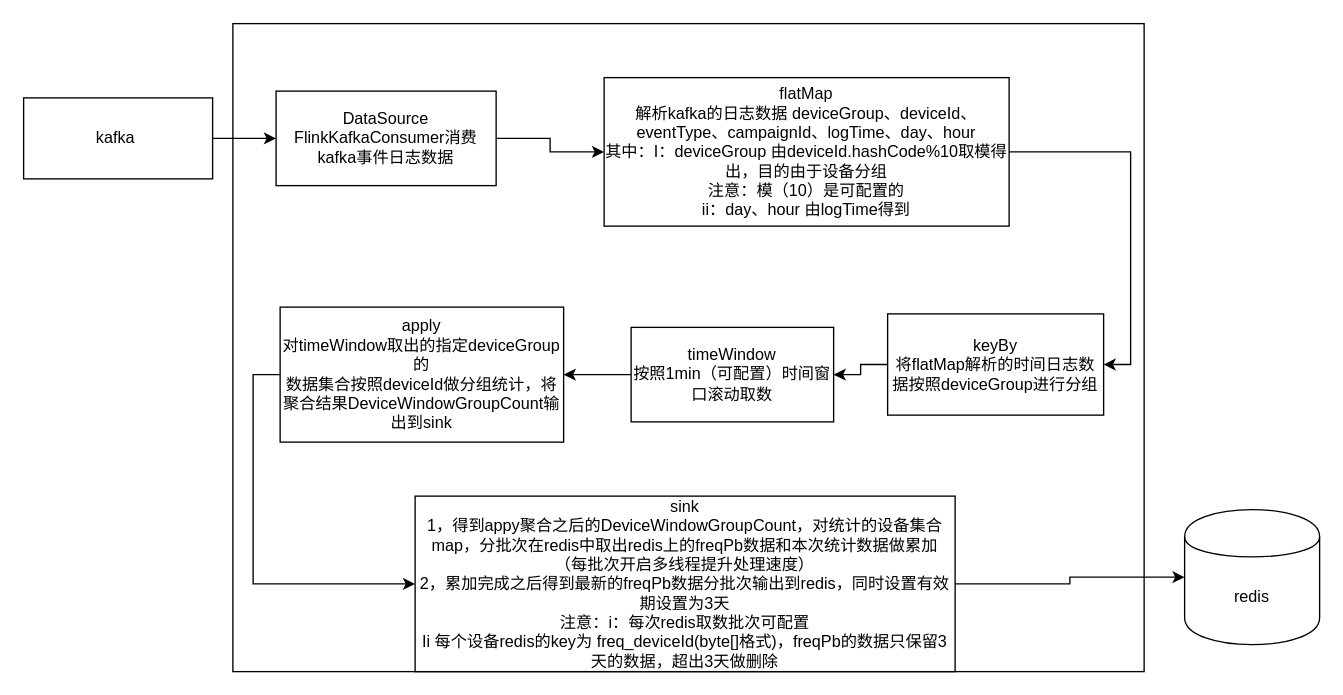
Earlier version of the draw.io diagram 频次服务流程设计.drawio (cp0802/xueqqiu). Source tidied: cells renumbered, new cells numbered last; positions are measured from the earlier drawing's top-left corner, leaving out a move shared by most shapes. Both pictures are drawn from the tidied source at 135%, with x=0, y=0 at pixel (23, 23).
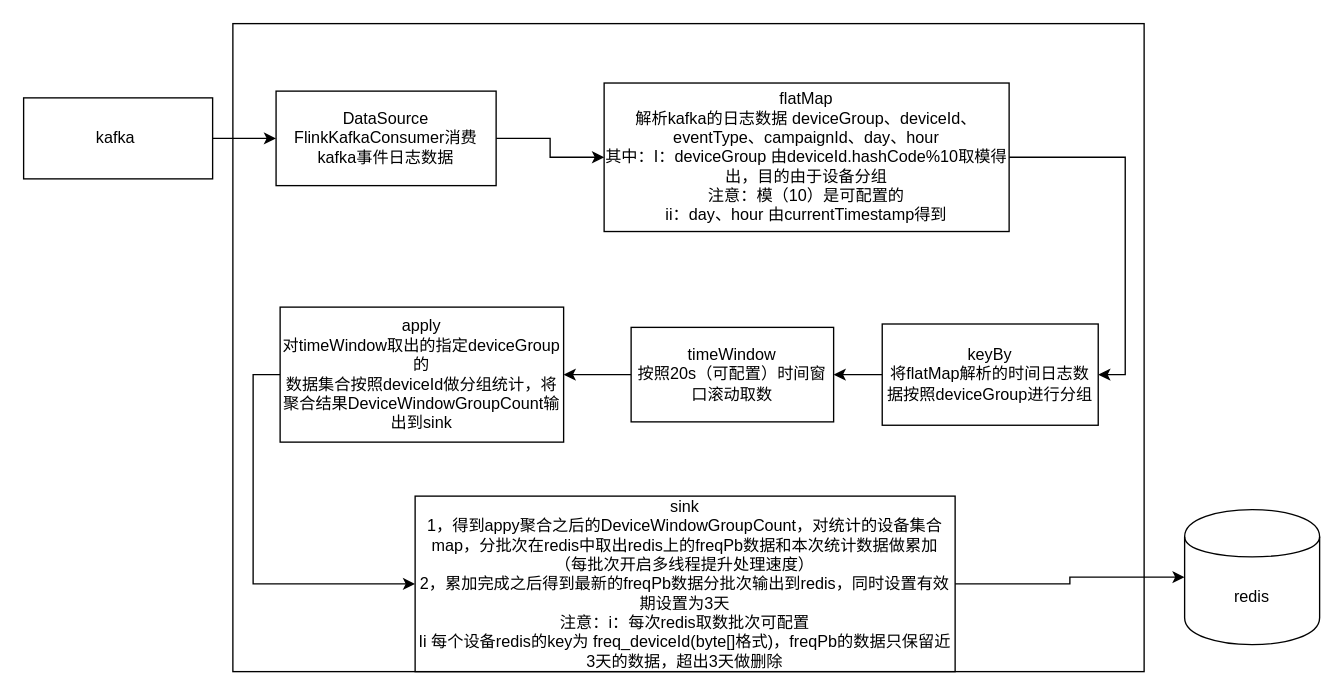
After the change.

Commit message (it also covers changes not shown here):
Update 频次服务流程设计.drawio

Diff of the diagram source:
```diff
@@
 <mxGraphModel>
   <root>
     <mxCell id="0" />
     <mxCell id="1" parent="0" />
     <mxCell id="2" style="rounded=0;whiteSpace=wrap;html=1;" parent="1" vertex="1">
       <mxGeometry x="155" width="675" height="480" as="geometry" />
     </mxCell>
     <mxCell id="3" style="edgeStyle=orthogonalEdgeStyle;rounded=0;jettySize=auto;html=1;entryX=0;entryY=0.5;entryDx=0;entryDy=0;" parent="1" edge="1" source="4" target="6">
       <mxGeometry relative="1" as="geometry" />
     </mxCell>
     <mxCell id="4" value="kafka&amp;nbsp;" style="rounded=0;whiteSpace=wrap;html=1;" parent="1" vertex="1">
       <mxGeometry y="55" width="140" height="60" as="geometry" />
     </mxCell>
-    <mxCell id="5" style="edgeStyle=orthogonalEdgeStyle;rounded=0;jettySize=auto;html=1;" parent="1" edge="1" source="6" target="8">
+    <mxCell id="5" style="edgeStyle=orthogonalEdgeStyle;rounded=0;jettySize=auto;html=1;entryX=0;entryY=0.5;entryDx=0;entryDy=0;" parent="1" edge="1" source="6" target="8">
       <mxGeometry relative="1" as="geometry" />
     </mxCell>
     <mxCell id="6" value="DataSource&lt;br&gt;FlinkKafkaConsumer消费kafka事件日志数据" style="rounded=0;whiteSpace=wrap;html=1;" parent="1" vertex="1">
       <mxGeometry x="187" y="50" width="163" height="70" as="geometry" />
     </mxCell>
     <mxCell id="7" style="edgeStyle=orthogonalEdgeStyle;rounded=0;jettySize=auto;html=1;exitX=1;exitY=0.5;exitDx=0;exitDy=0;entryX=1;entryY=0.5;entryDx=0;entryDy=0;" parent="1" edge="1" source="8" target="10">
       <mxGeometry relative="1" as="geometry" />
     </mxCell>
-    <mxCell id="8" value="flatMap&lt;br&gt;解析kafka的日志数据 deviceGroup、deviceId、eventType、campaignId、logTime、day、hour &lt;br&gt;其中：I：deviceGroup 由deviceId.hashCode%10取模得出，目的由于设备分组&lt;br&gt;注意：模（10）是可配置的&lt;br&gt;ii：day、hour 由logTime得到" style="rounded=0;whiteSpace=wrap;html=1;" parent="1" vertex="1">
-      <mxGeometry x="430" y="40" width="300" height="110" as="geometry" />
+    <mxCell id="8" value="flatMap&lt;br&gt;解析kafka的日志数据 deviceGroup、deviceId、eventType、campaignId、day、hour &lt;br&gt;其中：I：deviceGroup 由deviceId.hashCode%10取模得出，目的由于设备分组&lt;br&gt;注意：模（10）是可配置的&lt;br&gt;ii：day、hour 由currentTimestamp得到" style="rounded=0;whiteSpace=wrap;html=1;" parent="1" vertex="1">
+      <mxGeometry x="430" y="44" width="300" height="110" as="geometry" />
     </mxCell>
-    <mxCell id="9" style="edgeStyle=orthogonalEdgeStyle;rounded=0;jettySize=auto;html=1;" parent="1" edge="1" source="10" target="12">
+    <mxCell id="9" style="edgeStyle=orthogonalEdgeStyle;rounded=0;jettySize=auto;html=1;entryX=1;entryY=0.5;entryDx=0;entryDy=0;" parent="1" edge="1" source="10" target="12">
       <mxGeometry relative="1" as="geometry" />
     </mxCell>
     <mxCell id="10" value="keyBy&lt;br&gt;将flatMap解析的时间日志数据按照deviceGroup进行分组" style="rounded=0;whiteSpace=wrap;html=1;" parent="1" vertex="1">
-      <mxGeometry x="640" y="215" width="160" height="75" as="geometry" />
+      <mxGeometry x="636" y="222.5" width="160" height="75" as="geometry" />
     </mxCell>
     <mxCell id="11" style="edgeStyle=orthogonalEdgeStyle;rounded=0;jettySize=auto;html=1;" parent="1" edge="1" source="12" target="14">
       <mxGeometry relative="1" as="geometry" />
     </mxCell>
-    <mxCell id="12" value="timeWindow&lt;br&gt;按照1min（可配置）时间窗口滚动取数&lt;br&gt;" style="rounded=0;whiteSpace=wrap;html=1;" parent="1" vertex="1">
+    <mxCell id="12" value="timeWindow&lt;br&gt;按照20s（可配置）时间窗口滚动取数" style="rounded=0;whiteSpace=wrap;html=1;" parent="1" vertex="1">
       <mxGeometry x="450" y="225" width="150" height="70" as="geometry" />
     </mxCell>
     <mxCell id="13" style="edgeStyle=orthogonalEdgeStyle;rounded=0;jettySize=auto;html=1;entryX=0;entryY=0.5;entryDx=0;entryDy=0;exitX=0;exitY=0.5;exitDx=0;exitDy=0;" parent="1" edge="1" source="14" target="16">
       <mxGeometry relative="1" as="geometry" />
     </mxCell>
     <mxCell id="14" value="apply&lt;br&gt;对timeWindow取出的指定deviceGroup的&lt;br&gt;数据集合按照deviceId做分组统计，将聚合结果DeviceWindowGroupCount输出到sink" style="rounded=0;whiteSpace=wrap;html=1;" parent="1" vertex="1">
       <mxGeometry x="190" y="210" width="210" height="100" as="geometry" />
     </mxCell>
     <mxCell id="15" style="edgeStyle=orthogonalEdgeStyle;rounded=0;jettySize=auto;html=1;" parent="1" edge="1" source="16" target="17">
       <mxGeometry relative="1" as="geometry" />
     </mxCell>
-    <mxCell id="16" value="sink&lt;br&gt;1，得到appy聚合之后的DeviceWindowGroupCount，对统计的设备集合map，分批次在redis中取出redis上的freqPb数据和本次统计数据做累加（每批次开启多线程提升处理速度）&lt;br&gt;2，累加完成之后得到最新的freqPb数据分批次输出到redis，同时设置有效期设置为3天&lt;br&gt;注意：i：每次redis取数批次可配置&lt;br&gt;Ii 每个设备redis的key为 freq_deviceId(byte[]格式)，freqPb的数据只保留3天的数据，超出3天做删除" style="rounded=0;whiteSpace=wrap;html=1;" parent="1" vertex="1">
+    <mxCell id="16" value="sink&lt;br&gt;1，得到appy聚合之后的DeviceWindowGroupCount，对统计的设备集合map，分批次在redis中取出redis上的freqPb数据和本次统计数据做累加（每批次开启多线程提升处理速度）&lt;br&gt;2，累加完成之后得到最新的freqPb数据分批次输出到redis，同时设置有效期设置为3天&lt;br&gt;注意：i：每次redis取数批次可配置&lt;br&gt;Ii 每个设备redis的key为 freq_deviceId(byte[]格式)，freqPb的数据只保留近3天的数据，超出3天做删除" style="rounded=0;whiteSpace=wrap;html=1;" parent="1" vertex="1">
       <mxGeometry x="290" y="350" width="400" height="130" as="geometry" />
     </mxCell>
     <mxCell id="17" value="redis" style="shape=cylinder;whiteSpace=wrap;html=1;boundedLbl=1;backgroundOutline=1;" parent="1" vertex="1">
       <mxGeometry x="860" y="360" width="100" height="100" as="geometry" />
     </mxCell>
   </root>
 </mxGraphModel>
```
